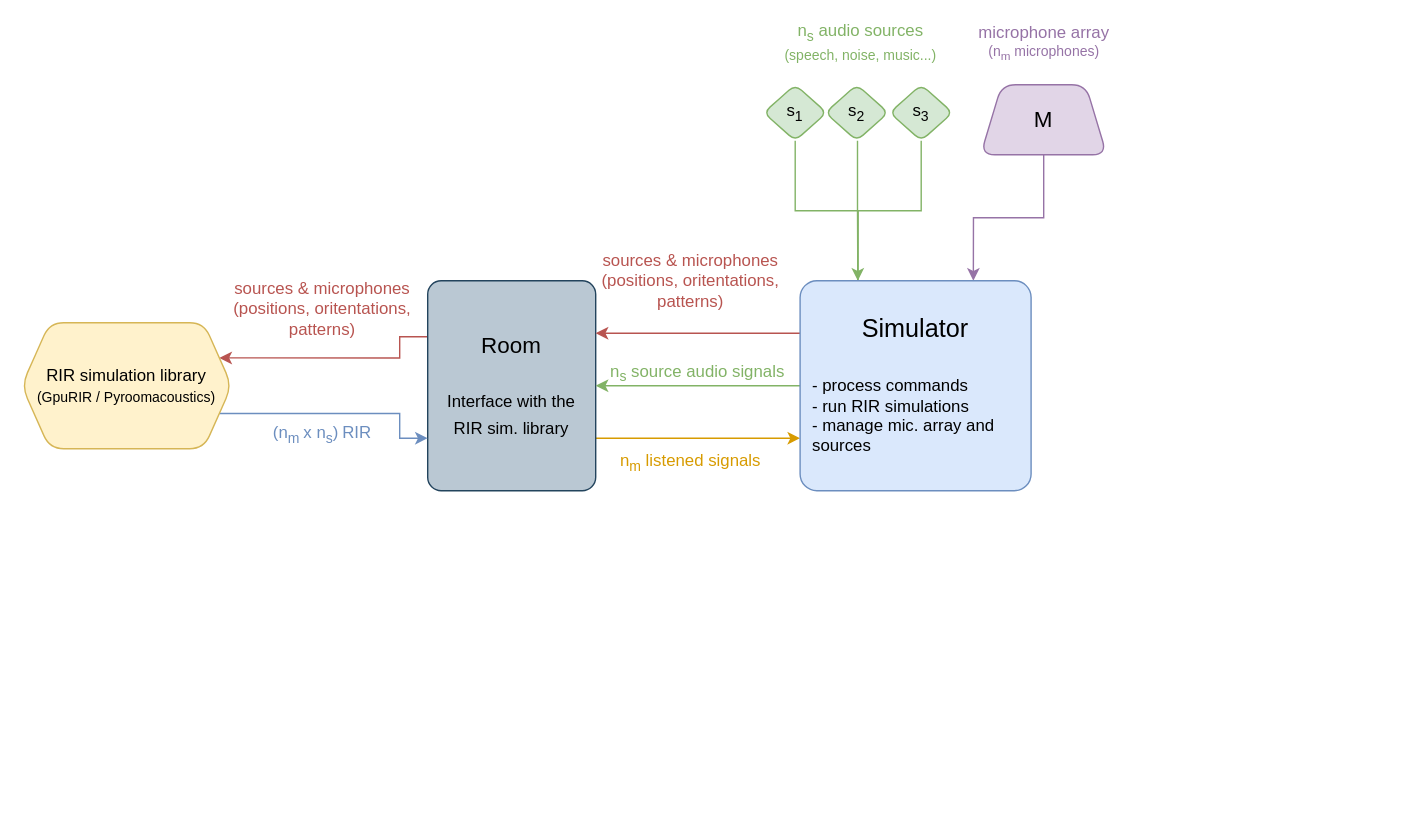
GaetanLepage/phd_defense_slides keeps this draw.io diagram as slides/2_simulator/figures/simulator_architecture_3.svg. Above is the earlier version. Source tidied: cells renumbered, new cells last; positions are measured from the earlier drawing's top-left corner, leaving out a move shared by most shapes.
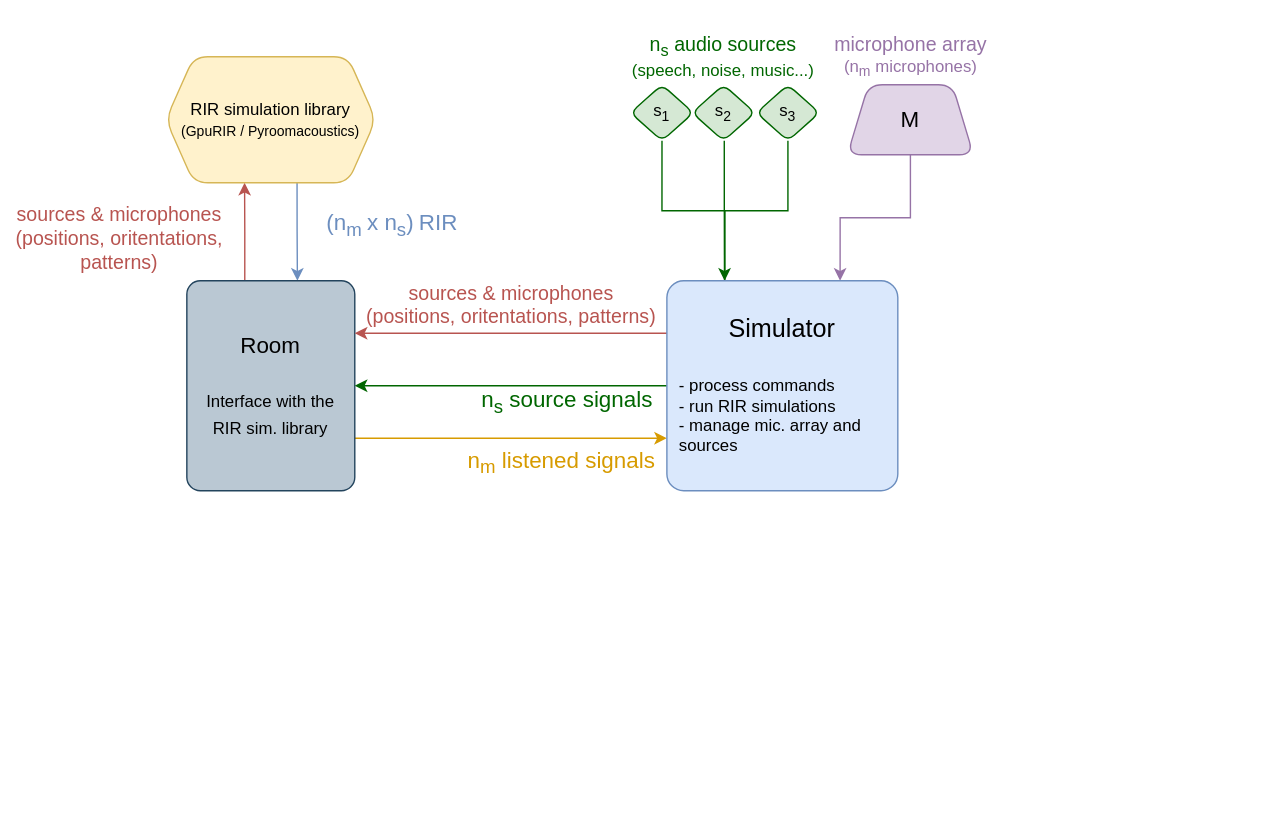
After the commit.

The edit, as a diff of the source:
```diff
@@ -3,83 +3,74 @@
     <mxCell id="0" />
     <mxCell id="1" parent="0" />
     <mxCell id="2" style="rounded=0;whiteSpace=wrap;html=1;fillColor=none;strokeColor=none;" parent="1" vertex="1">
-      <mxGeometry width="1005" height="600" as="geometry" />
+      <mxGeometry x="95" width="910" height="600" as="geometry" />
     </mxCell>
-    <mxCell id="3" value="n&lt;sub&gt;s&lt;/sub&gt; source audio signals" style="text;html=1;align=center;verticalAlign=middle;whiteSpace=wrap;rounded=0;fontFamily=Helvetica;fontColor=#82B366;" parent="1" vertex="1">
-      <mxGeometry x="433" y="256" width="130" height="20" as="geometry" />
+    <mxCell id="3" style="edgeStyle=orthogonalEdgeStyle;rounded=0;hachureGap=4;jettySize=auto;html=1;exitX=0.625;exitY=1;exitDx=0;exitDy=0;fontFamily=Architects Daughter;fontSource=https%3A%2F%2Ffonts.googleapis.com%2Fcss%3Ffamily%3DArchitects%2BDaughter;fillColor=#dae8fc;strokeColor=#6c8ebf;curved=0;" parent="1" edge="1" source="8">
+      <mxGeometry relative="1" as="geometry">
+        <mxPoint x="307" y="200" as="targetPoint" />
+      </mxGeometry>
     </mxCell>
-    <mxCell id="4" style="edgeStyle=orthogonalEdgeStyle;rounded=0;hachureGap=4;jettySize=auto;html=1;exitX=0;exitY=0.25;exitDx=0;exitDy=0;entryX=1;entryY=0.25;entryDx=0;entryDy=0;fontFamily=Architects Daughter;fontSource=https%3A%2F%2Ffonts.googleapis.com%2Fcss%3Ffamily%3DArchitects%2BDaughter;fillColor=#f8cecc;strokeColor=#b85450;curved=0;" parent="1" edge="1" source="6" target="8">
-      <mxGeometry relative="1" as="geometry">
-        <Array as="points">
-          <mxPoint x="305" y="240" />
-          <mxPoint x="285" y="240" />
-          <mxPoint x="285" y="255" />
-        </Array>
-      </mxGeometry>
+    <mxCell id="4" value="n&lt;sub&gt;s&lt;/sub&gt; source signals" style="text;html=1;align=center;verticalAlign=middle;whiteSpace=wrap;rounded=0;fontFamily=Helvetica;fontColor=#006600;fontSize=16;" parent="1" vertex="1">
+      <mxGeometry x="435" y="277" width="130" height="20" as="geometry" />
     </mxCell>
-    <mxCell id="5" style="edgeStyle=orthogonalEdgeStyle;rounded=1;hachureGap=4;jettySize=auto;html=1;exitX=1;exitY=0.75;exitDx=0;exitDy=0;entryX=0;entryY=0.75;entryDx=0;entryDy=0;fontFamily=Architects Daughter;fontSource=https%3A%2F%2Ffonts.googleapis.com%2Fcss%3Ffamily%3DArchitects%2BDaughter;fillColor=#ffe6cc;strokeColor=#d79b00;" parent="1" edge="1" source="6" target="25">
+    <mxCell id="5" style="edgeStyle=orthogonalEdgeStyle;rounded=0;hachureGap=4;jettySize=auto;html=1;exitX=0.345;exitY=0.006;exitDx=0;exitDy=0;entryX=0.375;entryY=1;entryDx=0;entryDy=0;fontFamily=Architects Daughter;fontSource=https%3A%2F%2Ffonts.googleapis.com%2Fcss%3Ffamily%3DArchitects%2BDaughter;fillColor=#f8cecc;strokeColor=#b85450;curved=0;exitPerimeter=0;" parent="1" edge="1" source="7" target="8">
       <mxGeometry relative="1" as="geometry" />
     </mxCell>
-    <mxCell id="6" value="Room&lt;div&gt;&lt;br&gt;&lt;div&gt;&lt;font style=&quot;font-size: 12px;&quot;&gt;Interface with the RIR sim. library&lt;/font&gt;&lt;/div&gt;&lt;/div&gt;" style="rounded=1;whiteSpace=wrap;html=1;hachureGap=4;fontFamily=Helvetica;fillColor=#bac8d3;strokeColor=#23445d;fontSize=16;spacing=6;arcSize=8;" parent="1" vertex="1">
-      <mxGeometry x="305" y="200" width="120" height="150" as="geometry" />
+    <mxCell id="6" style="edgeStyle=orthogonalEdgeStyle;rounded=1;hachureGap=4;jettySize=auto;html=1;exitX=1;exitY=0.75;exitDx=0;exitDy=0;entryX=0;entryY=0.75;entryDx=0;entryDy=0;fontFamily=Architects Daughter;fontSource=https%3A%2F%2Ffonts.googleapis.com%2Fcss%3Ffamily%3DArchitects%2BDaughter;fillColor=#ffe6cc;strokeColor=#d79b00;" parent="1" edge="1" source="7" target="25">
+      <mxGeometry relative="1" as="geometry" />
     </mxCell>
-    <mxCell id="7" style="edgeStyle=orthogonalEdgeStyle;rounded=0;hachureGap=4;jettySize=auto;html=1;exitX=1;exitY=0.75;exitDx=0;exitDy=0;entryX=0;entryY=0.75;entryDx=0;entryDy=0;fontFamily=Architects Daughter;fontSource=https%3A%2F%2Ffonts.googleapis.com%2Fcss%3Ffamily%3DArchitects%2BDaughter;fillColor=#dae8fc;strokeColor=#6c8ebf;curved=0;" parent="1" edge="1" source="8" target="6">
-      <mxGeometry relative="1" as="geometry">
-        <Array as="points">
-          <mxPoint x="285" y="295" />
-          <mxPoint x="285" y="313" />
-        </Array>
-      </mxGeometry>
+    <mxCell id="7" value="Room&lt;div&gt;&lt;br&gt;&lt;div&gt;&lt;font style=&quot;font-size: 12px;&quot;&gt;Interface with the RIR sim. library&lt;/font&gt;&lt;/div&gt;&lt;/div&gt;" style="rounded=1;whiteSpace=wrap;html=1;hachureGap=4;fontFamily=Helvetica;fillColor=#bac8d3;strokeColor=#23445d;fontSize=16;spacing=6;arcSize=8;" parent="1" vertex="1">
+      <mxGeometry x="228" y="200" width="120" height="150" as="geometry" />
     </mxCell>
     <mxCell id="8" value="RIR simulation library&lt;br&gt;&lt;font style=&quot;font-size: 10px;&quot;&gt;(GpuRIR / Pyroomacoustics)&lt;/font&gt;" style="shape=hexagon;perimeter=hexagonPerimeter2;whiteSpace=wrap;html=1;fixedSize=1;rounded=1;hachureGap=4;fontFamily=Helvetica;fillColor=#fff2cc;strokeColor=#d6b656;" parent="1" vertex="1">
-      <mxGeometry x="15" y="230" width="150" height="90" as="geometry" />
+      <mxGeometry x="213" y="40" width="150" height="90" as="geometry" />
     </mxCell>
-    <mxCell id="9" value="sources &amp;amp; microphones (positions, oritentations, patterns)" style="text;html=1;align=center;verticalAlign=middle;whiteSpace=wrap;rounded=0;fontFamily=Helvetica;fontColor=#B85450;" parent="1" vertex="1">
-      <mxGeometry x="145" y="190" width="170" height="60" as="geometry" />
+    <mxCell id="9" value="sources &amp;amp; microphones (positions, oritentations, patterns)" style="text;html=1;align=center;verticalAlign=middle;whiteSpace=wrap;rounded=0;fontFamily=Helvetica;fontColor=#B85450;fontSize=14;" parent="1" vertex="1">
+      <mxGeometry x="95" y="140" width="170" height="60" as="geometry" />
     </mxCell>
-    <mxCell id="10" value="(n&lt;sub&gt;m&amp;nbsp;&lt;/sub&gt;x n&lt;sub&gt;s&lt;/sub&gt;)&lt;sub&gt;&amp;nbsp;&lt;/sub&gt;RIR" style="text;html=1;align=center;verticalAlign=middle;whiteSpace=wrap;rounded=0;fontFamily=Helvetica;fontColor=#6C8EBF;" parent="1" vertex="1">
-      <mxGeometry x="185" y="300" width="90" height="20" as="geometry" />
+    <mxCell id="10" value="(n&lt;sub&gt;m&amp;nbsp;&lt;/sub&gt;x n&lt;sub&gt;s&lt;/sub&gt;)&lt;sub&gt;&amp;nbsp;&lt;/sub&gt;RIR" style="text;html=1;align=center;verticalAlign=middle;whiteSpace=wrap;rounded=0;fontFamily=Helvetica;fontColor=#6C8EBF;fontSize=16;" parent="1" vertex="1">
+      <mxGeometry x="325" y="150" width="100" height="20" as="geometry" />
     </mxCell>
-    <mxCell id="11" style="edgeStyle=orthogonalEdgeStyle;rounded=1;hachureGap=4;jettySize=auto;html=1;exitX=0;exitY=0.25;exitDx=0;exitDy=0;entryX=1;entryY=0.25;entryDx=0;entryDy=0;fontFamily=Architects Daughter;fontSource=https%3A%2F%2Ffonts.googleapis.com%2Fcss%3Ffamily%3DArchitects%2BDaughter;fillColor=#f8cecc;strokeColor=#b85450;" parent="1" edge="1" source="25" target="6">
+    <mxCell id="11" style="edgeStyle=orthogonalEdgeStyle;rounded=1;hachureGap=4;jettySize=auto;html=1;exitX=0;exitY=0.25;exitDx=0;exitDy=0;entryX=1;entryY=0.25;entryDx=0;entryDy=0;fontFamily=Architects Daughter;fontSource=https%3A%2F%2Ffonts.googleapis.com%2Fcss%3Ffamily%3DArchitects%2BDaughter;fillColor=#f8cecc;strokeColor=#b85450;" parent="1" edge="1" source="25" target="7">
       <mxGeometry relative="1" as="geometry" />
     </mxCell>
-    <mxCell id="12" value="n&lt;sub&gt;m&lt;/sub&gt;&amp;nbsp;listened signals" style="text;html=1;align=center;verticalAlign=middle;whiteSpace=wrap;rounded=0;fontFamily=Helvetica;fontColor=#D79B00;" parent="1" vertex="1">
-      <mxGeometry x="433" y="320" width="120" height="20" as="geometry" />
+    <mxCell id="12" value="n&lt;sub&gt;m&lt;/sub&gt;&amp;nbsp;listened signals" style="text;html=1;align=center;verticalAlign=middle;whiteSpace=wrap;rounded=0;fontFamily=Helvetica;fontColor=#D79B00;fontSize=16;" parent="1" vertex="1">
+      <mxGeometry x="425" y="320" width="142" height="20" as="geometry" />
     </mxCell>
-    <mxCell id="13" style="edgeStyle=orthogonalEdgeStyle;rounded=0;hachureGap=4;jettySize=auto;html=1;exitX=0;exitY=0.5;exitDx=0;exitDy=0;entryX=1;entryY=0.5;entryDx=0;entryDy=0;fontFamily=Architects Daughter;fontSource=https%3A%2F%2Ffonts.googleapis.com%2Fcss%3Ffamily%3DArchitects%2BDaughter;fillColor=#d5e8d4;strokeColor=#82b366;" parent="1" edge="1" source="25" target="6">
+    <mxCell id="13" style="edgeStyle=orthogonalEdgeStyle;rounded=0;hachureGap=4;jettySize=auto;html=1;exitX=0;exitY=0.5;exitDx=0;exitDy=0;entryX=1;entryY=0.5;entryDx=0;entryDy=0;fontFamily=Architects Daughter;fontSource=https%3A%2F%2Ffonts.googleapis.com%2Fcss%3Ffamily%3DArchitects%2BDaughter;fillColor=#d5e8d4;strokeColor=#006600;" parent="1" edge="1" source="25" target="7">
       <mxGeometry relative="1" as="geometry" />
     </mxCell>
-    <mxCell id="14" style="edgeStyle=orthogonalEdgeStyle;rounded=0;hachureGap=4;jettySize=auto;html=1;exitX=0.5;exitY=1;exitDx=0;exitDy=0;entryX=0.25;entryY=0;entryDx=0;entryDy=0;fontFamily=Architects Daughter;fontSource=https%3A%2F%2Ffonts.googleapis.com%2Fcss%3Ffamily%3DArchitects%2BDaughter;strokeColor=#82B366;endArrow=none;startFill=0;" parent="1" edge="1" source="15" target="25">
+    <mxCell id="14" style="edgeStyle=orthogonalEdgeStyle;rounded=0;hachureGap=4;jettySize=auto;html=1;exitX=0.5;exitY=1;exitDx=0;exitDy=0;entryX=0.25;entryY=0;entryDx=0;entryDy=0;fontFamily=Architects Daughter;fontSource=https%3A%2F%2Ffonts.googleapis.com%2Fcss%3Ffamily%3DArchitects%2BDaughter;strokeColor=#006600;endArrow=none;startFill=0;" parent="1" edge="1" source="15" target="25">
       <mxGeometry relative="1" as="geometry" />
     </mxCell>
-    <mxCell id="15" value="s&lt;sub&gt;1&lt;/sub&gt;" style="rhombus;whiteSpace=wrap;html=1;hachureGap=4;fontFamily=Helvetica;rounded=1;arcSize=12;fillColor=#d5e8d4;strokeColor=#82b366;" parent="1" vertex="1">
+    <mxCell id="15" value="s&lt;sub&gt;1&lt;/sub&gt;" style="rhombus;whiteSpace=wrap;html=1;hachureGap=4;fontFamily=Helvetica;rounded=1;arcSize=12;fillColor=#d5e8d4;strokeColor=#006600;" parent="1" vertex="1">
       <mxGeometry x="545" y="60" width="45" height="40" as="geometry" />
     </mxCell>
-    <mxCell id="16" value="s&lt;sub&gt;2&lt;/sub&gt;" style="rhombus;whiteSpace=wrap;html=1;hachureGap=4;fontFamily=Helvetica;rounded=1;arcSize=12;fillColor=#d5e8d4;strokeColor=#82b366;" parent="1" vertex="1">
+    <mxCell id="16" value="s&lt;sub&gt;2&lt;/sub&gt;" style="rhombus;whiteSpace=wrap;html=1;hachureGap=4;fontFamily=Helvetica;rounded=1;arcSize=12;fillColor=#d5e8d4;strokeColor=#006600;" parent="1" vertex="1">
       <mxGeometry x="589" y="60" width="45" height="40" as="geometry" />
     </mxCell>
-    <mxCell id="17" style="edgeStyle=orthogonalEdgeStyle;rounded=0;hachureGap=4;jettySize=auto;html=1;entryX=0.25;entryY=0;entryDx=0;entryDy=0;fontFamily=Architects Daughter;fontSource=https%3A%2F%2Ffonts.googleapis.com%2Fcss%3Ffamily%3DArchitects%2BDaughter;strokeColor=#82B366;endArrow=none;startFill=0;" parent="1" edge="1" source="18" target="25">
+    <mxCell id="17" style="edgeStyle=orthogonalEdgeStyle;rounded=0;hachureGap=4;jettySize=auto;html=1;entryX=0.25;entryY=0;entryDx=0;entryDy=0;fontFamily=Architects Daughter;fontSource=https%3A%2F%2Ffonts.googleapis.com%2Fcss%3Ffamily%3DArchitects%2BDaughter;strokeColor=#006600;endArrow=none;startFill=0;" parent="1" edge="1" source="18" target="25">
       <mxGeometry relative="1" as="geometry" />
     </mxCell>
-    <mxCell id="18" value="s&lt;sub&gt;3&lt;/sub&gt;" style="rhombus;whiteSpace=wrap;html=1;hachureGap=4;fontFamily=Helvetica;rounded=1;arcSize=12;fillColor=#d5e8d4;strokeColor=#82b366;" parent="1" vertex="1">
+    <mxCell id="18" value="s&lt;sub&gt;3&lt;/sub&gt;" style="rhombus;whiteSpace=wrap;html=1;hachureGap=4;fontFamily=Helvetica;rounded=1;arcSize=12;fillColor=#d5e8d4;strokeColor=#006600;" parent="1" vertex="1">
       <mxGeometry x="635" y="60" width="45" height="40" as="geometry" />
     </mxCell>
-    <mxCell id="19" value="n&lt;sub&gt;s&lt;/sub&gt;&amp;nbsp;audio sources&lt;div&gt;&lt;font style=&quot;font-size: 10px;&quot;&gt;(speech, noise, music...)&lt;/font&gt;&lt;/div&gt;" style="text;html=1;align=center;verticalAlign=middle;whiteSpace=wrap;rounded=0;fontFamily=Helvetica;fontColor=#82B366;" parent="1" vertex="1">
-      <mxGeometry x="545" y="10" width="139" height="40" as="geometry" />
+    <mxCell id="19" value="&lt;font style=&quot;font-size: 14px;&quot;&gt;n&lt;sub style=&quot;&quot;&gt;s&lt;/sub&gt;&amp;nbsp;audio sources&lt;/font&gt;&lt;div&gt;&lt;font&gt;(speech, noise, music...)&lt;/font&gt;&lt;/div&gt;" style="text;html=1;align=center;verticalAlign=middle;whiteSpace=wrap;rounded=0;fontFamily=Helvetica;fontColor=#006600;" parent="1" vertex="1">
+      <mxGeometry x="542" y="20" width="139" height="40" as="geometry" />
     </mxCell>
     <mxCell id="20" style="edgeStyle=orthogonalEdgeStyle;rounded=0;hachureGap=4;jettySize=auto;html=1;exitX=0.5;exitY=1;exitDx=0;exitDy=0;entryX=0.75;entryY=0;entryDx=0;entryDy=0;fontFamily=Architects Daughter;fontSource=https%3A%2F%2Ffonts.googleapis.com%2Fcss%3Ffamily%3DArchitects%2BDaughter;fillColor=#e1d5e7;strokeColor=#9673a6;" parent="1" edge="1" source="23" target="25">
       <mxGeometry relative="1" as="geometry" />
     </mxCell>
-    <mxCell id="21" value="sources &amp;amp; microphones (positions, oritentations, patterns)" style="text;html=1;align=center;verticalAlign=middle;whiteSpace=wrap;rounded=0;fontFamily=Helvetica;fontColor=#B85450;" parent="1" vertex="1">
-      <mxGeometry x="408" y="170" width="170" height="60" as="geometry" />
+    <mxCell id="21" value="sources &amp;amp; microphones (positions, oritentations, patterns)" style="text;html=1;align=center;verticalAlign=middle;whiteSpace=wrap;rounded=0;fontFamily=Helvetica;fontColor=#B85450;fontSize=14;" parent="1" vertex="1">
+      <mxGeometry x="355" y="187.5" width="210" height="60" as="geometry" />
     </mxCell>
-    <mxCell id="22" value="microphone array&lt;div style=&quot;font-size: 10px;&quot;&gt;(n&lt;sub&gt;m&lt;/sub&gt; microphones)&lt;/div&gt;" style="text;html=1;align=center;verticalAlign=middle;whiteSpace=wrap;rounded=0;fontFamily=Helvetica;fontColor=#9673A6;" parent="1" vertex="1">
-      <mxGeometry x="675.5" y="10" width="139" height="40" as="geometry" />
+    <mxCell id="22" value="&lt;font style=&quot;font-size: 14px;&quot;&gt;microphone array&lt;/font&gt;&lt;div style=&quot;&quot;&gt;&lt;font&gt;(n&lt;sub style=&quot;&quot;&gt;m&lt;/sub&gt; microphones)&lt;/font&gt;&lt;/div&gt;" style="text;html=1;align=center;verticalAlign=middle;whiteSpace=wrap;rounded=0;fontFamily=Helvetica;fontColor=#9673A6;" parent="1" vertex="1">
+      <mxGeometry x="675.5" y="20" width="139" height="40" as="geometry" />
     </mxCell>
     <mxCell id="23" value="M" style="shape=trapezoid;perimeter=trapezoidPerimeter;whiteSpace=wrap;html=1;fixedSize=1;hachureGap=4;fontFamily=Helvetica;fontSize=16;fillColor=#e1d5e7;strokeColor=#9673a6;size=15;rounded=1;" parent="1" vertex="1">
       <mxGeometry x="700" y="60" width="90" height="50" as="geometry" />
     </mxCell>
-    <mxCell id="24" style="edgeStyle=orthogonalEdgeStyle;rounded=0;hachureGap=4;jettySize=auto;html=1;exitX=0.25;exitY=0;exitDx=0;exitDy=0;fontFamily=Architects Daughter;fontSource=https%3A%2F%2Ffonts.googleapis.com%2Fcss%3Ffamily%3DArchitects%2BDaughter;endArrow=classic;startFill=0;strokeColor=#82B366;endFill=1;entryX=0.25;entryY=0;entryDx=0;entryDy=0;" parent="1" edge="1" target="25">
+    <mxCell id="24" style="edgeStyle=orthogonalEdgeStyle;rounded=0;hachureGap=4;jettySize=auto;html=1;exitX=0.25;exitY=0;exitDx=0;exitDy=0;fontFamily=Architects Daughter;fontSource=https%3A%2F%2Ffonts.googleapis.com%2Fcss%3Ffamily%3DArchitects%2BDaughter;endArrow=classic;startFill=0;strokeColor=#006600;endFill=1;entryX=0.25;entryY=0;entryDx=0;entryDy=0;" parent="1" edge="1" target="25">
       <mxGeometry relative="1" as="geometry">
         <mxPoint x="612" y="100" as="sourcePoint" />
         <Array as="points">
```
